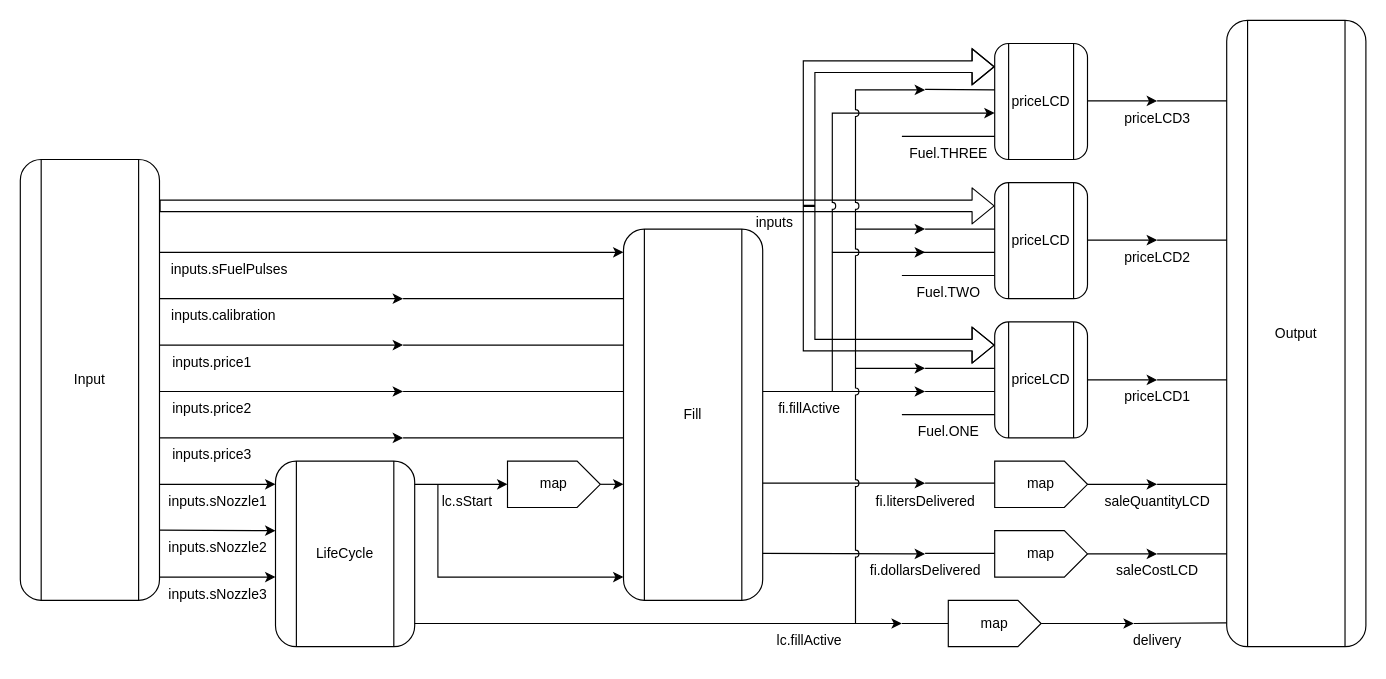
suzuki-taro-29/FRP-chap4-diagrams keeps this draw.io diagram as page "ShowDollarsPump" (1 of 2) of ShowDollarsPump.drawio. Above is the earlier version. Source tidied: cells renumbered, new cells numbered last; positions are measured from the earlier drawing's top-left corner, leaving out a move shared by most shapes. Both pictures are drawn from the tidied source at 116%, with x=0, y=0 at pixel (20, 20).
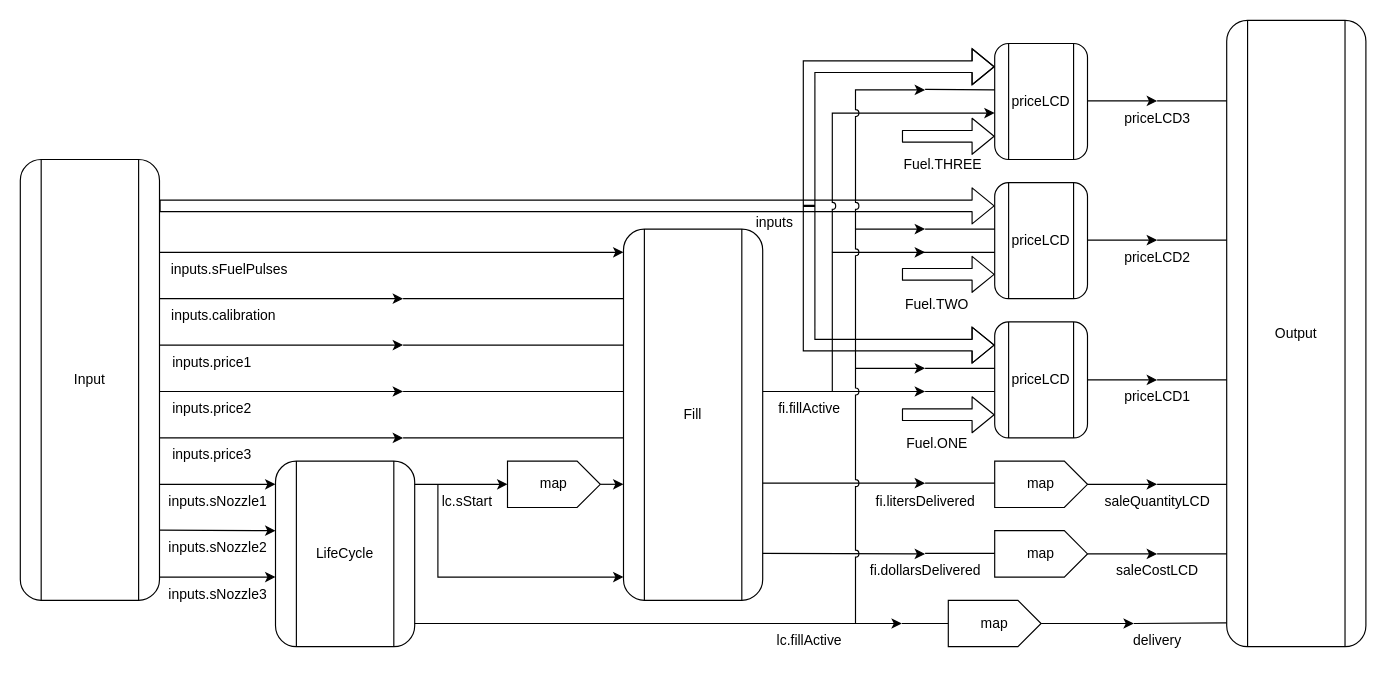
After the change.

Commit message:
fix: use bold arrow to pass normal value

What changed in the source:
```diff
@@
-    <mxCell id="52" style="endArrow=none;html=1;rounded=0;jumpStyle=arc;" parent="1" edge="1">
-      <mxGeometry relative="1" as="geometry">
-        <mxPoint x="760" y="340" as="sourcePoint" />
-        <mxPoint x="840" y="340" as="targetPoint" />
-      </mxGeometry>
-    </mxCell>
     <mxCell id="53" value="Fuel.ONE" style="text;html=1;align=center;verticalAlign=middle;strokeColor=none;fillColor=none;" parent="1" vertex="1">
-      <mxGeometry x="760" y="340" width="80" height="30" as="geometry" />
+      <mxGeometry x="750" y="350" width="80" height="30" as="geometry" />
     </mxCell>
@@
-    <mxCell id="57" style="endArrow=none;html=1;rounded=0;jumpStyle=arc;" parent="1" edge="1">
-      <mxGeometry relative="1" as="geometry">
-        <mxPoint x="760" y="220" as="sourcePoint" />
-        <mxPoint x="840" y="220" as="targetPoint" />
-      </mxGeometry>
-    </mxCell>
     <mxCell id="58" value="Fuel.TWO" style="text;html=1;align=center;verticalAlign=middle;strokeColor=none;fillColor=none;" parent="1" vertex="1">
-      <mxGeometry x="760" y="220" width="80" height="30" as="geometry" />
+      <mxGeometry x="750" y="230" width="80" height="30" as="geometry" />
     </mxCell>
@@
-    <mxCell id="65" style="endArrow=none;html=1;rounded=0;jumpStyle=arc;" parent="1" edge="1">
-      <mxGeometry relative="1" as="geometry">
-        <mxPoint x="760" y="100" as="sourcePoint" />
-        <mxPoint x="840" y="100" as="targetPoint" />
-      </mxGeometry>
-    </mxCell>
     <mxCell id="66" value="Fuel.THREE" style="text;html=1;align=center;verticalAlign=middle;strokeColor=none;fillColor=none;" parent="1" vertex="1">
-      <mxGeometry x="755" y="100" width="90" height="30" as="geometry" />
+      <mxGeometry x="750" y="110" width="90" height="30" as="geometry" />
     </mxCell>
@@
+    <mxCell id="86" style="shape=flexArrow;endArrow=classic;html=1;" parent="1" edge="1">
+      <mxGeometry relative="1" as="geometry">
+        <mxPoint x="760" y="100" as="sourcePoint" />
+        <mxPoint x="840" y="100" as="targetPoint" />
+      </mxGeometry>
+    </mxCell>
+    <mxCell id="87" style="shape=flexArrow;endArrow=classic;html=1;" parent="1" edge="1">
+      <mxGeometry relative="1" as="geometry">
+        <mxPoint x="760" y="219" as="sourcePoint" />
+        <mxPoint x="840" y="219" as="targetPoint" />
+      </mxGeometry>
+    </mxCell>
+    <mxCell id="88" style="shape=flexArrow;endArrow=classic;html=1;" parent="1" edge="1">
+      <mxGeometry relative="1" as="geometry">
+        <mxPoint x="760" y="340" as="sourcePoint" />
+        <mxPoint x="840" y="340" as="targetPoint" />
+      </mxGeometry>
+    </mxCell>
```
